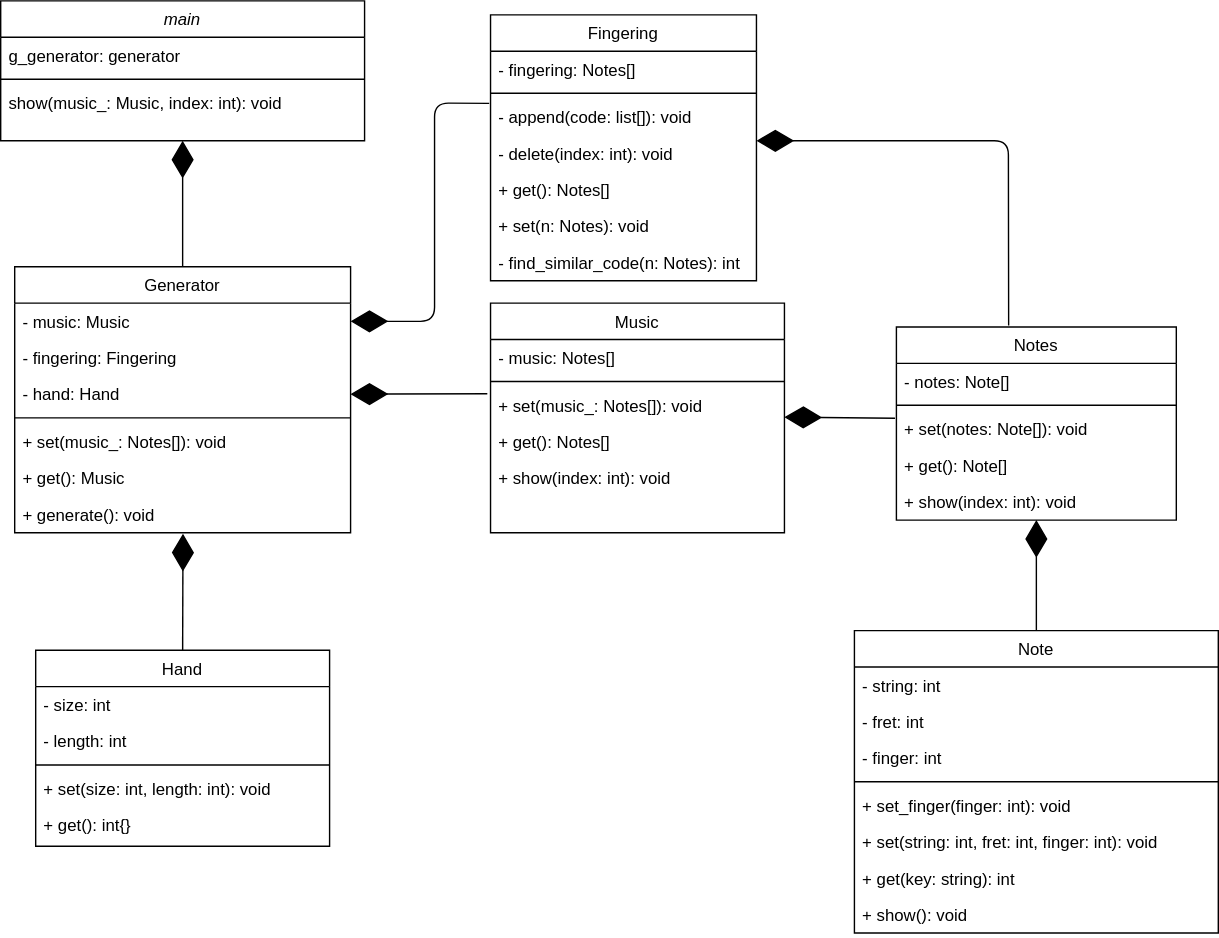
Earlier version of the draw.io export docs/diagram/guitar_fingering_generator.svg (boy-min/Guitar-Fingering-Generator). Source tidied: cells renumbered, new cells last; positions are measured from the earlier drawing's top-left corner, leaving out a move shared by most shapes.
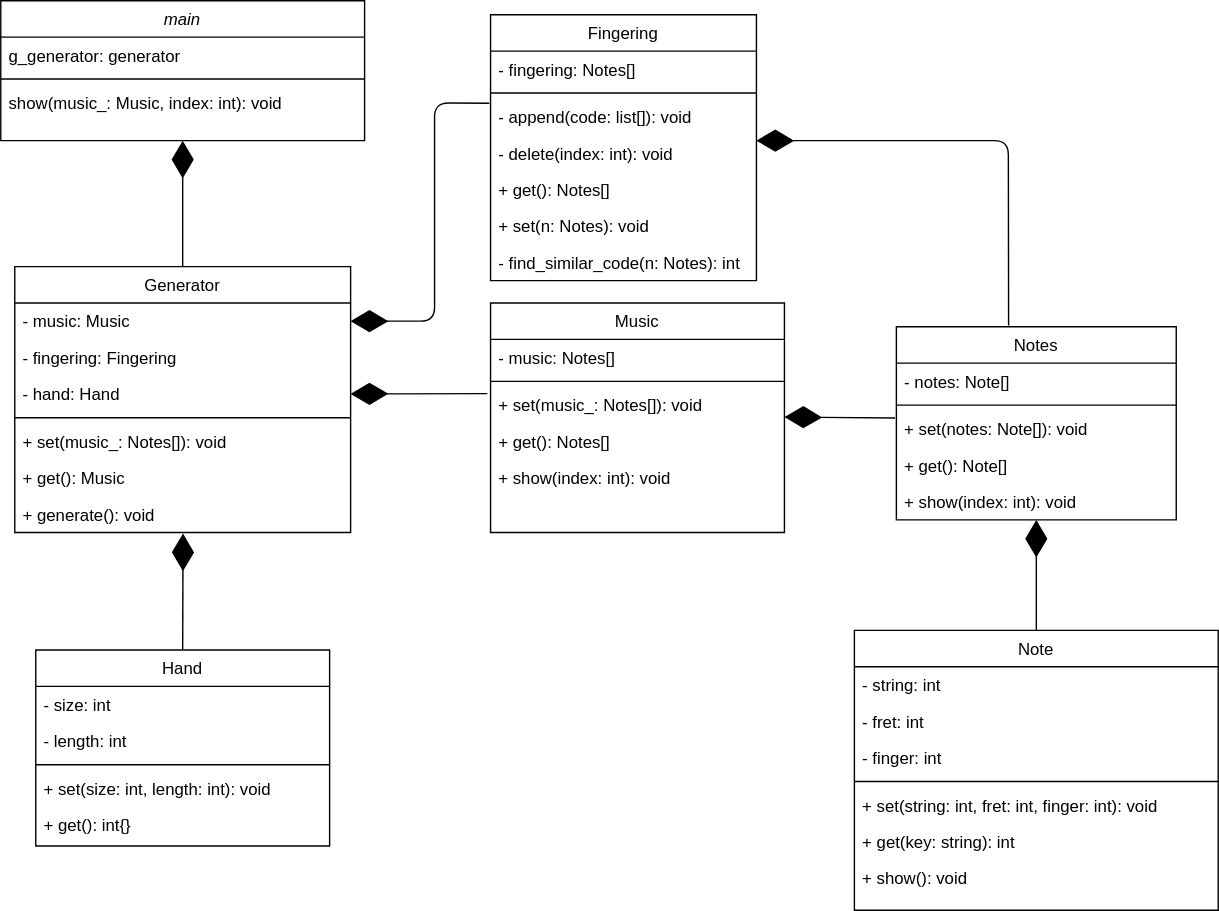
The same diagram one commit later.

Commit message:
Delete set_fingering(), edit set(), and fix class diagram.

The edit, as a diff of the source:
```diff
@@ -51,7 +51,7 @@
       <mxGeometry y="112" width="210" height="26" as="geometry" />
     </mxCell>
     <mxCell id="18" value="Note" style="swimlane;fontStyle=0;align=center;verticalAlign=top;horizontal=1;startSize=26;rounded=0;shadow=0;strokeWidth=1;" parent="1" vertex="1">
-      <mxGeometry x="610" y="450" width="260" height="216" as="geometry" />
+      <mxGeometry x="610" y="450" width="260" height="200" as="geometry" />
     </mxCell>
     <mxCell id="19" value="- string: int" style="text;align=left;verticalAlign=top;spacingLeft=4;spacingRight=4;overflow=hidden;" parent="18" vertex="1">
       <mxGeometry y="26" width="260" height="26" as="geometry" />
@@ -65,17 +65,14 @@
     <mxCell id="22" style="line;html=1;strokeWidth=1;align=left;verticalAlign=middle;spacingTop=-1;spacingLeft=3;spacingRight=3;labelPosition=right;" parent="18" vertex="1">
       <mxGeometry y="104" width="260" height="8" as="geometry" />
     </mxCell>
-    <mxCell id="23" value="+ set_finger(finger: int): void" style="text;align=left;verticalAlign=top;spacingLeft=4;spacingRight=4;overflow=hidden;" parent="18" vertex="1">
-      <mxGeometry y="112" width="260" height="26" as="geometry" />
-    </mxCell>
     <mxCell id="24" value="+ set(string: int, fret: int, finger: int): void" style="text;align=left;verticalAlign=top;spacingLeft=4;spacingRight=4;overflow=hidden;" parent="18" vertex="1">
-      <mxGeometry y="138" width="260" height="26" as="geometry" />
+      <mxGeometry y="112" width="260" height="26" as="geometry" />
     </mxCell>
     <mxCell id="25" value="+ get(key: string): int" style="text;align=left;verticalAlign=top;spacingLeft=4;spacingRight=4;overflow=hidden;" parent="18" vertex="1">
-      <mxGeometry y="164" width="260" height="26" as="geometry" />
+      <mxGeometry y="138" width="260" height="26" as="geometry" />
     </mxCell>
     <mxCell id="26" value="+ show(): void" style="text;align=left;verticalAlign=top;spacingLeft=4;spacingRight=4;overflow=hidden;" parent="18" vertex="1">
-      <mxGeometry y="190" width="260" height="26" as="geometry" />
+      <mxGeometry y="164" width="260" height="26" as="geometry" />
     </mxCell>
     <mxCell id="27" value="Hand" style="swimlane;fontStyle=0;align=center;verticalAlign=top;horizontal=1;startSize=26;rounded=0;shadow=0;strokeWidth=1;" parent="1" vertex="1">
       <mxGeometry x="25" y="464" width="210" height="140" as="geometry" />
```
